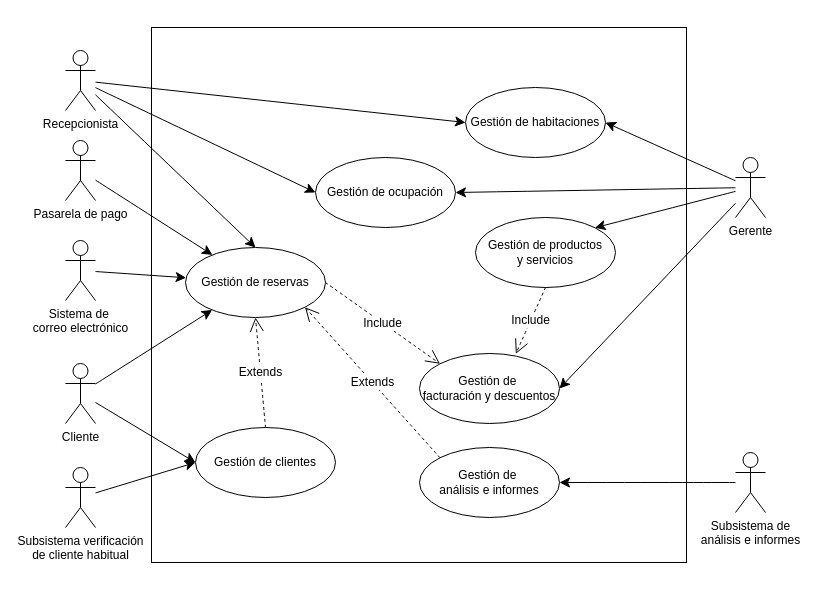
Before: Diagrama casos de uso P2A1.drawio in aloantony/TrabajosEnGrupoGII-DalilaTony, a draw.io diagram. Source tidied: cells renumbered, new cells numbered last; positions are measured from the earlier drawing's top-left corner, leaving out a move shared by most shapes. Both pictures are drawn from the tidied source at 100%, with x=0, y=0 at pixel (65, 27).
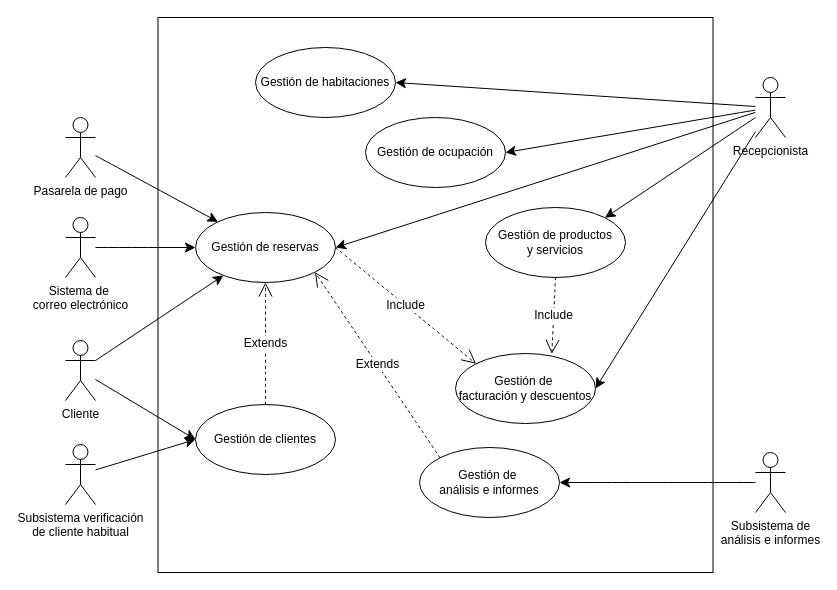
After the change.

What changed in the source:
```diff
@@
     <mxCell id="2" style="whiteSpace=wrap;html=1;" parent="1" vertex="1">
-      <mxGeometry x="86" width="535" height="535" as="geometry" />
+      <mxGeometry x="92.5" y="-10" width="555" height="555" as="geometry" />
     </mxCell>
@@
     <mxCell id="4" value="Subsistema verificación&lt;div&gt;de cliente habitual&lt;/div&gt;" style="shape=umlActor;verticalLabelPosition=bottom;verticalAlign=top;html=1;" parent="1" vertex="1">
-      <mxGeometry y="440" width="30" height="60" as="geometry" />
+      <mxGeometry y="417" width="30" height="60" as="geometry" />
     </mxCell>
@@
+    <mxCell id="34" style="edgeStyle=none;curved=1;rounded=0;jettySize=auto;html=1;entryX=1;entryY=0.5;entryDx=0;entryDy=0;fontSize=12;startSize=8;endSize=8;" parent="1" edge="1" source="9" target="25">
+      <mxGeometry relative="1" as="geometry" />
+    </mxCell>
-    <mxCell id="9" value="Gerente" style="shape=umlActor;verticalLabelPosition=bottom;verticalAlign=top;html=1;" parent="1" vertex="1">
-      <mxGeometry x="670" y="130" width="30" height="60" as="geometry" />
+    <mxCell id="9" value="Recepcionista" style="shape=umlActor;verticalLabelPosition=bottom;verticalAlign=top;html=1;" parent="1" vertex="1">
+      <mxGeometry x="690" y="50" width="30" height="60" as="geometry" />
     </mxCell>
-    <mxCell id="10" style="edgeStyle=none;curved=1;rounded=0;jettySize=auto;html=1;entryX=0;entryY=0.5;entryDx=0;entryDy=0;fontSize=12;startSize=8;endSize=8;" parent="1" edge="1" source="13" target="28">
-      <mxGeometry relative="1" as="geometry" />
-    </mxCell>
-    <mxCell id="11" style="edgeStyle=none;curved=1;rounded=0;jettySize=auto;html=1;entryX=0;entryY=0.5;entryDx=0;entryDy=0;fontSize=12;startSize=8;endSize=8;" parent="1" edge="1" source="13" target="29">
-      <mxGeometry relative="1" as="geometry" />
-    </mxCell>
-    <mxCell id="12" style="edgeStyle=none;curved=1;rounded=0;jettySize=auto;html=1;entryX=0.5;entryY=0;entryDx=0;entryDy=0;fontSize=12;startSize=8;endSize=8;" parent="1" edge="1" source="13" target="25">
-      <mxGeometry relative="1" as="geometry" />
-    </mxCell>
-    <mxCell id="13" value="Recepcionista" style="shape=umlActor;verticalLabelPosition=bottom;verticalAlign=top;html=1;" parent="1" vertex="1">
-      <mxGeometry y="23" width="30" height="60" as="geometry" />
-    </mxCell>
@@
     <mxCell id="16" value="Cliente" style="shape=umlActor;verticalLabelPosition=bottom;verticalAlign=top;html=1;" parent="1" vertex="1">
-      <mxGeometry y="336" width="30" height="60" as="geometry" />
+      <mxGeometry y="313" width="30" height="60" as="geometry" />
     </mxCell>
@@
     <mxCell id="18" value="Subsistema de&lt;div&gt;análisis e informes&lt;/div&gt;" style="shape=umlActor;verticalLabelPosition=bottom;verticalAlign=top;html=1;" parent="1" vertex="1">
-      <mxGeometry x="670" y="425" width="30" height="60" as="geometry" />
+      <mxGeometry x="690" y="425" width="30" height="60" as="geometry" />
     </mxCell>
@@
     <mxCell id="20" value="Sistema de&amp;nbsp;&lt;div&gt;correo electrónico&lt;/div&gt;" style="shape=umlActor;verticalLabelPosition=bottom;verticalAlign=top;html=1;" parent="1" vertex="1">
-      <mxGeometry y="213" width="30" height="60" as="geometry" />
+      <mxGeometry y="190" width="30" height="60" as="geometry" />
     </mxCell>
@@
     <mxCell id="22" value="Pasarela de pago" style="shape=umlActor;verticalLabelPosition=bottom;verticalAlign=top;html=1;" parent="1" vertex="1">
-      <mxGeometry y="113" width="30" height="60" as="geometry" />
+      <mxGeometry y="90" width="30" height="60" as="geometry" />
     </mxCell>
@@
     <mxCell id="24" value="Gestión de&amp;nbsp;&lt;div&gt;facturación y descuentos&lt;/div&gt;" style="ellipse;whiteSpace=wrap;html=1;" parent="1" vertex="1">
-      <mxGeometry x="354" y="326" width="140" height="70" as="geometry" />
+      <mxGeometry x="390" y="326" width="140" height="70" as="geometry" />
     </mxCell>
     <mxCell id="25" value="Gestión de reservas" style="ellipse;whiteSpace=wrap;html=1;" parent="1" vertex="1">
-      <mxGeometry x="120" y="220" width="140" height="70" as="geometry" />
+      <mxGeometry x="130" y="185" width="140" height="70" as="geometry" />
     </mxCell>
     <mxCell id="26" value="Gestión de&amp;nbsp;&lt;span style=&quot;background-color: transparent; color: light-dark(rgb(0, 0, 0), rgb(255, 255, 255));&quot;&gt;productos&lt;/span&gt;&lt;div&gt;&lt;div&gt;y servicios&lt;/div&gt;&lt;/div&gt;" style="ellipse;whiteSpace=wrap;html=1;" parent="1" vertex="1">
-      <mxGeometry x="410" y="190" width="140" height="70" as="geometry" />
+      <mxGeometry x="420" y="180" width="140" height="70" as="geometry" />
     </mxCell>
     <mxCell id="27" value="Gestión de clientes" style="ellipse;whiteSpace=wrap;html=1;" parent="1" vertex="1">
-      <mxGeometry x="130" y="400" width="140" height="70" as="geometry" />
+      <mxGeometry x="130" y="377" width="140" height="70" as="geometry" />
     </mxCell>
     <mxCell id="28" value="Gestión de ocupación" style="ellipse;whiteSpace=wrap;html=1;" parent="1" vertex="1">
-      <mxGeometry x="250" y="130" width="140" height="70" as="geometry" />
+      <mxGeometry x="300" y="90" width="140" height="70" as="geometry" />
     </mxCell>
     <mxCell id="29" value="Gestión de habitaciones" style="ellipse;whiteSpace=wrap;html=1;" parent="1" vertex="1">
-      <mxGeometry x="400" y="60" width="140" height="70" as="geometry" />
+      <mxGeometry x="190" y="20" width="140" height="70" as="geometry" />
     </mxCell>
```
